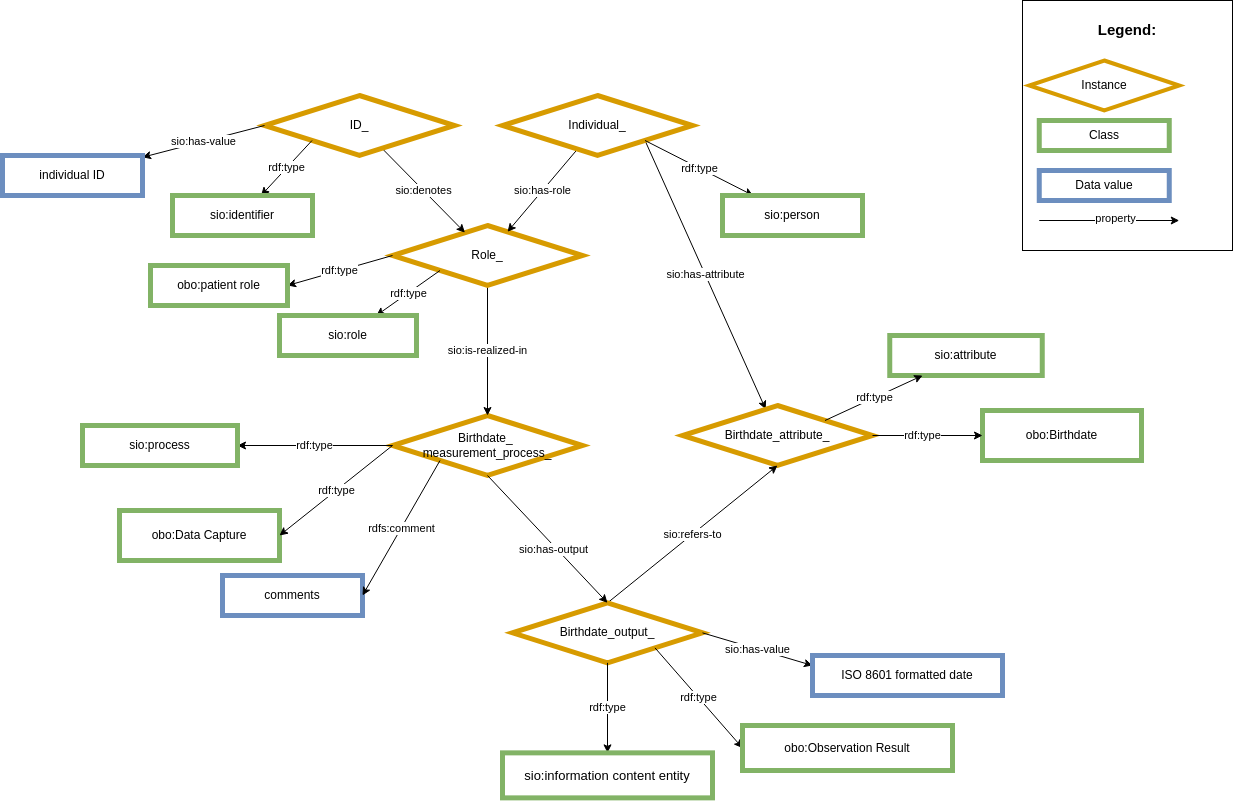
Earlier version of the draw.io export images/CARE-SM-Birthdate.png (CARE-SM/CARE-Semantic-Model). Source tidied: cells renumbered, new cells last; positions are measured from the earlier drawing's top-left corner, leaving out a move shared by most shapes. Source of this version:
```xml
<mxGraphModel>
  <root>
    <mxCell id="0" />
    <mxCell id="1" parent="0" />
    <mxCell id="2" value="Birthdate_&amp;nbsp;&lt;br&gt;measurement_process_" style="rhombus;whiteSpace=wrap;html=1;fillColor=#FFFFFF;strokeColor=#d79b00;strokeWidth=5;" parent="1" vertex="1">
      <mxGeometry x="390" y="415" width="190" height="60" as="geometry" />
    </mxCell>
    <mxCell id="3" value="&lt;span style=&quot;color: rgb(0, 0, 0); font-family: Helvetica; font-size: 11px; font-style: normal; font-variant-ligatures: normal; font-variant-caps: normal; font-weight: 400; letter-spacing: normal; orphans: 2; text-align: center; text-indent: 0px; text-transform: none; widows: 2; word-spacing: 0px; -webkit-text-stroke-width: 0px; background-color: rgb(255, 255, 255); text-decoration-thickness: initial; text-decoration-style: initial; text-decoration-color: initial; float: none; display: inline !important;&quot;&gt;sio:is-realized-in&lt;/span&gt;" style="rounded=0;jettySize=auto;html=1;exitX=0.5;exitY=1;exitDx=0;exitDy=0;entryX=0.5;entryY=0;entryDx=0;entryDy=0;" parent="1" edge="1" source="7" target="2">
      <mxGeometry relative="1" as="geometry" />
    </mxCell>
    <mxCell id="4" value="rdf:type" style="edgeStyle=none;rounded=0;jettySize=auto;html=1;exitX=0;exitY=0.5;exitDx=0;exitDy=0;" parent="1" edge="1" source="2" target="5">
      <mxGeometry relative="1" as="geometry" />
    </mxCell>
    <mxCell id="5" value="sio:process" style="whiteSpace=wrap;html=1;fillColor=#FFFFFF;strokeColor=#82b366;strokeWidth=5;" parent="1" vertex="1">
      <mxGeometry x="80" y="425" width="155" height="40" as="geometry" />
    </mxCell>
    <mxCell id="6" value="sio:has-attribute" style="rounded=0;jettySize=auto;html=1;exitX=1;exitY=1;exitDx=0;exitDy=0;" parent="1" edge="1" source="11" target="12">
      <mxGeometry relative="1" as="geometry" />
    </mxCell>
    <mxCell id="7" value="Role_" style="rhombus;whiteSpace=wrap;html=1;fillColor=#FFFFFF;strokeColor=#d79b00;strokeWidth=5;" parent="1" vertex="1">
      <mxGeometry x="390" y="225" width="190" height="60" as="geometry" />
    </mxCell>
    <mxCell id="8" value="sio:denotes" style="edgeStyle=none;rounded=0;jettySize=auto;html=1;" parent="1" edge="1" source="9" target="7">
      <mxGeometry relative="1" as="geometry" />
    </mxCell>
    <mxCell id="9" value="ID_" style="rhombus;whiteSpace=wrap;html=1;fillColor=#FFFFFF;strokeColor=#d79b00;strokeWidth=5;" parent="1" vertex="1">
      <mxGeometry x="262" y="95" width="190" height="60" as="geometry" />
    </mxCell>
    <mxCell id="10" value="sio:has-role" style="edgeStyle=none;rounded=0;jettySize=auto;html=1;" parent="1" edge="1" source="11" target="7">
      <mxGeometry relative="1" as="geometry" />
    </mxCell>
    <mxCell id="11" value="Individual_" style="rhombus;whiteSpace=wrap;html=1;fillColor=#FFFFFF;strokeColor=#d79b00;strokeWidth=5;" parent="1" vertex="1">
      <mxGeometry x="500" y="95" width="190" height="60" as="geometry" />
    </mxCell>
    <mxCell id="12" value="Birthdate_attribute_" style="rhombus;whiteSpace=wrap;html=1;fillColor=#FFFFFF;strokeColor=#d79b00;strokeWidth=5;" parent="1" vertex="1">
      <mxGeometry x="680" y="405" width="190" height="60" as="geometry" />
    </mxCell>
    <mxCell id="13" value="sio:attribute" style="whiteSpace=wrap;html=1;fillColor=#FFFFFF;strokeColor=#82b366;strokeWidth=5;" parent="1" vertex="1">
      <mxGeometry x="887.2" y="335" width="152.5" height="40" as="geometry" />
    </mxCell>
    <mxCell id="14" value="rdf:type" style="edgeStyle=none;rounded=0;jettySize=auto;html=1;exitX=0;exitY=1;exitDx=0;exitDy=0;" parent="1" edge="1" source="7" target="15">
      <mxGeometry relative="1" as="geometry" />
    </mxCell>
    <mxCell id="15" value="sio:role" style="whiteSpace=wrap;html=1;fillColor=#FFFFFF;strokeColor=#82b366;strokeWidth=5;" parent="1" vertex="1">
      <mxGeometry x="277" y="315" width="137" height="40" as="geometry" />
    </mxCell>
    <mxCell id="16" value="rdf:type" style="edgeStyle=none;rounded=0;jettySize=auto;html=1;exitX=0;exitY=1;exitDx=0;exitDy=0;" parent="1" edge="1" source="9" target="17">
      <mxGeometry relative="1" as="geometry" />
    </mxCell>
    <mxCell id="17" value="sio:identifier" style="whiteSpace=wrap;html=1;fillColor=#FFFFFF;strokeColor=#82b366;strokeWidth=5;" parent="1" vertex="1">
      <mxGeometry x="170" y="195" width="140" height="40" as="geometry" />
    </mxCell>
    <mxCell id="18" value="rdf:type" style="edgeStyle=none;rounded=0;jettySize=auto;html=1;exitX=1;exitY=1;exitDx=0;exitDy=0;" parent="1" edge="1" source="11" target="19">
      <mxGeometry relative="1" as="geometry" />
    </mxCell>
    <mxCell id="19" value="sio:person" style="whiteSpace=wrap;html=1;fillColor=#FFFFFF;strokeColor=#82b366;strokeWidth=5;" parent="1" vertex="1">
      <mxGeometry x="720" y="195" width="140" height="40" as="geometry" />
    </mxCell>
    <mxCell id="20" value="sio:has-value" style="rounded=0;jettySize=auto;html=1;exitX=0;exitY=0.5;exitDx=0;exitDy=0;" parent="1" edge="1" source="9" target="21">
      <mxGeometry relative="1" as="geometry" />
    </mxCell>
    <mxCell id="21" value="individual ID" style="whiteSpace=wrap;html=1;fillColor=#FFFFFF;strokeColor=#6c8ebf;strokeWidth=5;" parent="1" vertex="1">
      <mxGeometry y="155" width="140" height="40" as="geometry" />
    </mxCell>
    <mxCell id="22" value="rdf:type" style="edgeStyle=none;rounded=0;jettySize=auto;html=1;exitX=0;exitY=0.5;exitDx=0;exitDy=0;entryX=1;entryY=0.5;entryDx=0;entryDy=0;" parent="1" edge="1" source="7" target="23">
      <mxGeometry relative="1" as="geometry" />
    </mxCell>
    <mxCell id="23" value="obo:patient role" style="whiteSpace=wrap;html=1;fillColor=#FFFFFF;strokeColor=#82b366;strokeWidth=5;" parent="1" vertex="1">
      <mxGeometry x="148" y="265" width="137" height="40" as="geometry" />
    </mxCell>
    <mxCell id="24" value="obo:Data Capture" style="whiteSpace=wrap;html=1;fillColor=#FFFFFF;strokeColor=#82b366;strokeWidth=5;" parent="1" vertex="1">
      <mxGeometry x="117" y="510" width="160" height="50" as="geometry" />
    </mxCell>
    <mxCell id="25" value="comments" style="whiteSpace=wrap;html=1;fillColor=#FFFFFF;strokeColor=#6c8ebf;strokeWidth=5;" parent="1" vertex="1">
      <mxGeometry x="220" y="575" width="140" height="40" as="geometry" />
    </mxCell>
    <mxCell id="26" value="sio:refers-to" style="edgeStyle=none;rounded=0;jettySize=auto;html=1;entryX=0.5;entryY=1;entryDx=0;entryDy=0;exitX=0.5;exitY=0;exitDx=0;exitDy=0;" parent="1" edge="1" source="27">
      <mxGeometry relative="1" as="geometry">
        <mxPoint x="775" y="465" as="targetPoint" />
      </mxGeometry>
    </mxCell>
    <mxCell id="27" value="Birthdate_output_" style="rhombus;whiteSpace=wrap;html=1;fillColor=#FFFFFF;strokeColor=#d79b00;strokeWidth=5;" parent="1" vertex="1">
      <mxGeometry x="510" y="602.4" width="190" height="60" as="geometry" />
    </mxCell>
    <mxCell id="28" style="edgeStyle=none;rounded=0;jettySize=auto;html=1;exitX=0.5;exitY=1;exitDx=0;exitDy=0;entryX=0.5;entryY=0;entryDx=0;entryDy=0;" parent="1" edge="1" target="27">
      <mxGeometry relative="1" as="geometry">
        <mxPoint x="485" y="475" as="sourcePoint" />
      </mxGeometry>
    </mxCell>
    <mxCell id="29" value="&lt;span style=&quot;color: rgb(0, 0, 0); font-family: Helvetica; font-size: 11px; font-style: normal; font-variant-ligatures: normal; font-variant-caps: normal; font-weight: 400; letter-spacing: normal; orphans: 2; text-align: center; text-indent: 0px; text-transform: none; widows: 2; word-spacing: 0px; -webkit-text-stroke-width: 0px; background-color: rgb(255, 255, 255); text-decoration-thickness: initial; text-decoration-style: initial; text-decoration-color: initial; float: none; display: inline !important;&quot;&gt;sio:has-output&lt;/span&gt;" style="edgeLabel;html=1;align=center;verticalAlign=middle;" parent="28" vertex="1">
      <mxGeometry x="-0.21" y="-1" relative="1" as="geometry">
        <mxPoint x="18" y="22" as="offset" />
      </mxGeometry>
    </mxCell>
    <mxCell id="30" value="rdf:type" style="edgeStyle=none;rounded=0;jettySize=auto;html=1;exitX=0.5;exitY=1;exitDx=0;exitDy=0;" parent="1" edge="1" source="27" target="31">
      <mxGeometry relative="1" as="geometry" />
    </mxCell>
    <mxCell id="31" value="&lt;font size=&quot;2&quot;&gt;sio:information content entity&lt;/font&gt;" style="whiteSpace=wrap;html=1;fillColor=#FFFFFF;strokeColor=#82b366;strokeWidth=5;" parent="1" vertex="1">
      <mxGeometry x="500" y="752.4" width="210" height="45" as="geometry" />
    </mxCell>
    <mxCell id="32" value="sio:has-value" style="rounded=0;jettySize=auto;html=1;exitX=1;exitY=0.5;exitDx=0;exitDy=0;entryX=0;entryY=0.25;entryDx=0;entryDy=0;" parent="1" edge="1" source="27" target="33">
      <mxGeometry relative="1" as="geometry" />
    </mxCell>
    <mxCell id="33" value="ISO 8601 formatted date" style="whiteSpace=wrap;html=1;fillColor=#FFFFFF;strokeColor=#6c8ebf;strokeWidth=5;" parent="1" vertex="1">
      <mxGeometry x="810" y="655" width="190" height="40" as="geometry" />
    </mxCell>
    <mxCell id="34" value="rdf:type" style="edgeStyle=none;rounded=0;jettySize=auto;html=1;exitX=1;exitY=1;exitDx=0;exitDy=0;entryX=0;entryY=0.5;entryDx=0;entryDy=0;" parent="1" edge="1" source="27" target="35">
      <mxGeometry relative="1" as="geometry" />
    </mxCell>
    <mxCell id="35" value="obo:Observation Result" style="whiteSpace=wrap;html=1;fillColor=#FFFFFF;strokeColor=#82b366;strokeWidth=5;" parent="1" vertex="1">
      <mxGeometry x="740" y="725" width="210" height="45" as="geometry" />
    </mxCell>
    <mxCell id="36" value="obo:Birthdate&lt;span style=&quot;background-color: initial;&quot;&gt;&lt;br&gt;&lt;/span&gt;" style="whiteSpace=wrap;html=1;fillColor=#FFFFFF;strokeColor=#82b366;strokeWidth=5;" parent="1" vertex="1">
      <mxGeometry x="980" y="410" width="159" height="50" as="geometry" />
    </mxCell>
    <mxCell id="37" value="rdf:type" style="edgeStyle=none;rounded=0;jettySize=auto;html=1;exitX=1;exitY=0.5;exitDx=0;exitDy=0;entryX=0;entryY=0.5;entryDx=0;entryDy=0;" parent="1" edge="1" target="36">
      <mxGeometry x="-0.09" relative="1" as="geometry">
        <mxPoint x="870" y="435" as="sourcePoint" />
      </mxGeometry>
    </mxCell>
    <mxCell id="38" value="&lt;div style=&quot;text-align: left; font-size: 15px;&quot;&gt;&lt;span style=&quot;background-color: initial;&quot;&gt;&lt;b style=&quot;&quot;&gt;&lt;font style=&quot;font-size: 15px;&quot;&gt;Legend:&lt;/font&gt;&lt;/b&gt;&lt;/span&gt;&lt;/div&gt;&lt;div style=&quot;text-align: left; font-size: 15px;&quot;&gt;&lt;span style=&quot;background-color: initial;&quot;&gt;&lt;br&gt;&lt;/span&gt;&lt;/div&gt;&lt;div style=&quot;text-align: left;&quot;&gt;&lt;span style=&quot;background-color: initial;&quot;&gt;&lt;br&gt;&lt;/span&gt;&lt;/div&gt;&lt;div style=&quot;text-align: left;&quot;&gt;&lt;span style=&quot;background-color: initial;&quot;&gt;&lt;br&gt;&lt;/span&gt;&lt;/div&gt;&lt;div style=&quot;text-align: left;&quot;&gt;&lt;br&gt;&lt;/div&gt;&lt;div style=&quot;text-align: left;&quot;&gt;&lt;br&gt;&lt;/div&gt;&lt;div style=&quot;text-align: left;&quot;&gt;&lt;br&gt;&lt;/div&gt;&lt;div style=&quot;text-align: left;&quot;&gt;&lt;br&gt;&lt;/div&gt;&lt;div style=&quot;text-align: left;&quot;&gt;&lt;br&gt;&lt;/div&gt;&lt;div style=&quot;text-align: left;&quot;&gt;&lt;span style=&quot;background-color: initial;&quot;&gt;&lt;br&gt;&lt;/span&gt;&lt;/div&gt;&lt;div style=&quot;text-align: left;&quot;&gt;&lt;span style=&quot;background-color: initial;&quot;&gt;&lt;br&gt;&lt;/span&gt;&lt;/div&gt;&lt;div style=&quot;text-align: left;&quot;&gt;&lt;span style=&quot;background-color: initial;&quot;&gt;&lt;br&gt;&lt;/span&gt;&lt;/div&gt;&lt;div style=&quot;text-align: left;&quot;&gt;&lt;span style=&quot;background-color: initial;&quot;&gt;&lt;br&gt;&lt;/span&gt;&lt;/div&gt;&lt;div style=&quot;text-align: left;&quot;&gt;&lt;span style=&quot;background-color: initial;&quot;&gt;&lt;br&gt;&lt;/span&gt;&lt;/div&gt;" style="rounded=0;whiteSpace=wrap;html=1;" parent="1" vertex="1">
      <mxGeometry x="1020" width="210" height="250" as="geometry" />
    </mxCell>
    <mxCell id="39" value="Class" style="whiteSpace=wrap;html=1;fillColor=#FFFFFF;strokeColor=#82b366;strokeWidth=5;" parent="1" vertex="1">
      <mxGeometry x="1036.8" y="120" width="130" height="30" as="geometry" />
    </mxCell>
    <mxCell id="40" value="Instance" style="rhombus;whiteSpace=wrap;html=1;fillColor=#FFFFFF;strokeColor=#D79B00;rotation=0;perimeter=rhombusPerimeter;arcSize=20;comic=0;enumerate=0;strokeWidth=4;rounded=0;" parent="1" vertex="1">
      <mxGeometry x="1026.8" y="60" width="150" height="50" as="geometry" />
    </mxCell>
    <mxCell id="41" value="Data value" style="whiteSpace=wrap;html=1;fillColor=#FFFFFF;strokeColor=#6c8ebf;strokeWidth=5;" parent="1" vertex="1">
      <mxGeometry x="1036.8" y="170" width="130" height="30" as="geometry" />
    </mxCell>
    <mxCell id="42" value="property" style="rounded=0;orthogonalLoop=1;jettySize=auto;html=1;exitX=1;exitY=1;exitDx=0;exitDy=0;" parent="1" edge="1">
      <mxGeometry x="0.09" y="2" relative="1" as="geometry">
        <mxPoint x="1036.8" y="220" as="sourcePoint" />
        <mxPoint x="1176.8" y="220" as="targetPoint" />
      </mxGeometry>
    </mxCell>
    <mxCell id="43" value="rdf:type" style="edgeStyle=none;rounded=0;jettySize=auto;html=1;exitX=0;exitY=0.5;exitDx=0;exitDy=0;entryX=1;entryY=0.5;entryDx=0;entryDy=0;" parent="1" edge="1" source="2" target="24">
      <mxGeometry relative="1" as="geometry" />
    </mxCell>
    <mxCell id="44" value="rdfs:comment" style="rounded=0;jettySize=auto;html=1;exitX=0;exitY=1;exitDx=0;exitDy=0;entryX=1;entryY=0.5;entryDx=0;entryDy=0;" parent="1" edge="1" source="2" target="25">
      <mxGeometry relative="1" as="geometry" />
    </mxCell>
    <mxCell id="45" value="rdf:type" style="edgeStyle=none;rounded=0;jettySize=auto;html=1;exitX=1;exitY=0;exitDx=0;exitDy=0;" parent="1" edge="1" source="12" target="13">
      <mxGeometry relative="1" as="geometry" />
    </mxCell>
  </root>
</mxGraphModel>
```
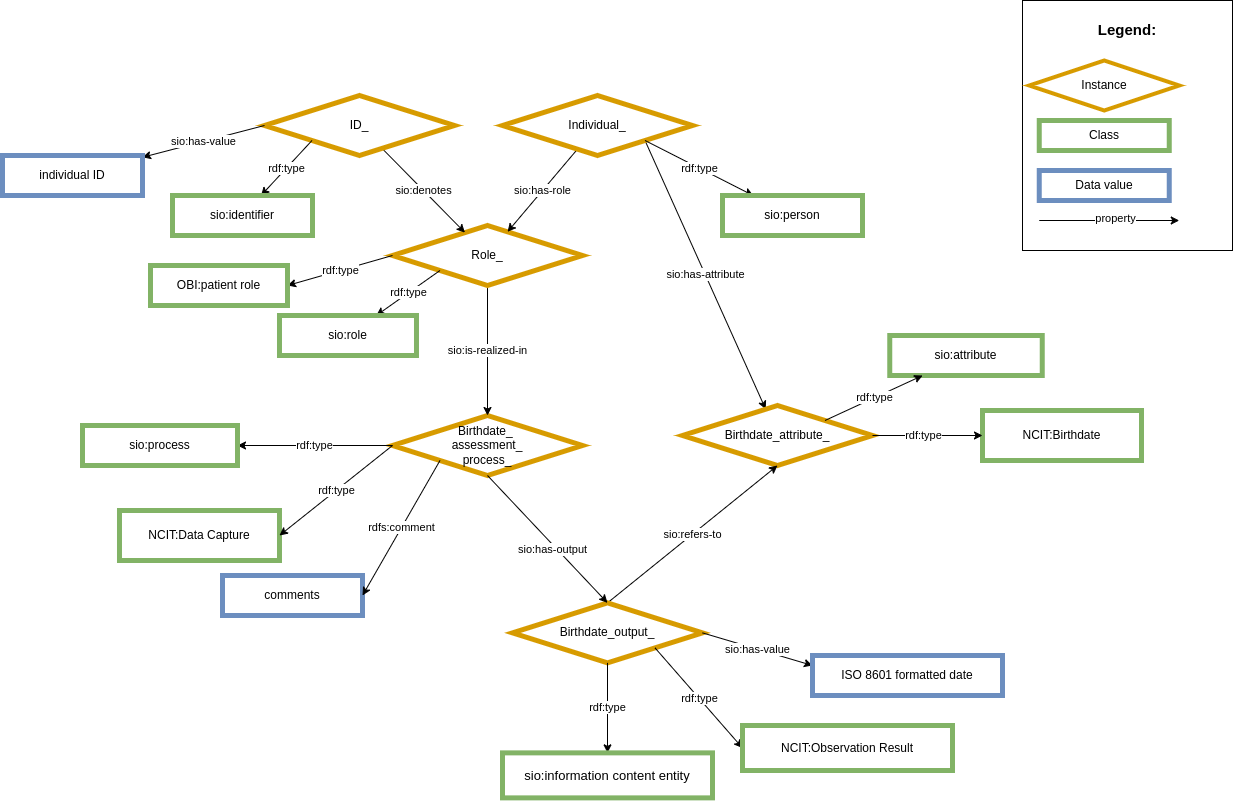
Later version of the same file.

Change to the diagram source:
```diff
@@ -2,7 +2,7 @@
   <root>
     <mxCell id="0" />
     <mxCell id="1" parent="0" />
-    <mxCell id="2" value="Birthdate_&amp;nbsp;&lt;br&gt;measurement_process_" style="rhombus;whiteSpace=wrap;html=1;fillColor=#FFFFFF;strokeColor=#d79b00;strokeWidth=5;" parent="1" vertex="1">
+    <mxCell id="2" value="Birthdate_&amp;nbsp;&lt;br&gt;assessment_&lt;br&gt;process_" style="rhombus;whiteSpace=wrap;html=1;fillColor=#FFFFFF;strokeColor=#d79b00;strokeWidth=5;" parent="1" vertex="1">
       <mxGeometry x="390" y="415" width="190" height="60" as="geometry" />
     </mxCell>
     <mxCell id="3" value="&lt;span style=&quot;color: rgb(0, 0, 0); font-family: Helvetica; font-size: 11px; font-style: normal; font-variant-ligatures: normal; font-variant-caps: normal; font-weight: 400; letter-spacing: normal; orphans: 2; text-align: center; text-indent: 0px; text-transform: none; widows: 2; word-spacing: 0px; -webkit-text-stroke-width: 0px; background-color: rgb(255, 255, 255); text-decoration-thickness: initial; text-decoration-style: initial; text-decoration-color: initial; float: none; display: inline !important;&quot;&gt;sio:is-realized-in&lt;/span&gt;" style="rounded=0;jettySize=auto;html=1;exitX=0.5;exitY=1;exitDx=0;exitDy=0;entryX=0.5;entryY=0;entryDx=0;entryDy=0;" parent="1" edge="1" source="7" target="2">
@@ -65,10 +65,10 @@
     <mxCell id="22" value="rdf:type" style="edgeStyle=none;rounded=0;jettySize=auto;html=1;exitX=0;exitY=0.5;exitDx=0;exitDy=0;entryX=1;entryY=0.5;entryDx=0;entryDy=0;" parent="1" edge="1" source="7" target="23">
       <mxGeometry relative="1" as="geometry" />
     </mxCell>
-    <mxCell id="23" value="obo:patient role" style="whiteSpace=wrap;html=1;fillColor=#FFFFFF;strokeColor=#82b366;strokeWidth=5;" parent="1" vertex="1">
+    <mxCell id="23" value="OBI:patient role" style="whiteSpace=wrap;html=1;fillColor=#FFFFFF;strokeColor=#82b366;strokeWidth=5;" parent="1" vertex="1">
       <mxGeometry x="148" y="265" width="137" height="40" as="geometry" />
     </mxCell>
-    <mxCell id="24" value="obo:Data Capture" style="whiteSpace=wrap;html=1;fillColor=#FFFFFF;strokeColor=#82b366;strokeWidth=5;" parent="1" vertex="1">
+    <mxCell id="24" value="NCIT:Data Capture" style="whiteSpace=wrap;html=1;fillColor=#FFFFFF;strokeColor=#82b366;strokeWidth=5;" parent="1" vertex="1">
       <mxGeometry x="117" y="510" width="160" height="50" as="geometry" />
     </mxCell>
     <mxCell id="25" value="comments" style="whiteSpace=wrap;html=1;fillColor=#FFFFFF;strokeColor=#6c8ebf;strokeWidth=5;" parent="1" vertex="1">
@@ -107,10 +107,10 @@
     <mxCell id="34" value="rdf:type" style="edgeStyle=none;rounded=0;jettySize=auto;html=1;exitX=1;exitY=1;exitDx=0;exitDy=0;entryX=0;entryY=0.5;entryDx=0;entryDy=0;" parent="1" edge="1" source="27" target="35">
       <mxGeometry relative="1" as="geometry" />
     </mxCell>
-    <mxCell id="35" value="obo:Observation Result" style="whiteSpace=wrap;html=1;fillColor=#FFFFFF;strokeColor=#82b366;strokeWidth=5;" parent="1" vertex="1">
+    <mxCell id="35" value="NCIT:Observation Result" style="whiteSpace=wrap;html=1;fillColor=#FFFFFF;strokeColor=#82b366;strokeWidth=5;" parent="1" vertex="1">
       <mxGeometry x="740" y="725" width="210" height="45" as="geometry" />
     </mxCell>
-    <mxCell id="36" value="obo:Birthdate&lt;span style=&quot;background-color: initial;&quot;&gt;&lt;br&gt;&lt;/span&gt;" style="whiteSpace=wrap;html=1;fillColor=#FFFFFF;strokeColor=#82b366;strokeWidth=5;" parent="1" vertex="1">
+    <mxCell id="36" value="NCIT:Birthdate&lt;span style=&quot;background-color: initial;&quot;&gt;&lt;br&gt;&lt;/span&gt;" style="whiteSpace=wrap;html=1;fillColor=#FFFFFF;strokeColor=#82b366;strokeWidth=5;" parent="1" vertex="1">
       <mxGeometry x="980" y="410" width="159" height="50" as="geometry" />
     </mxCell>
     <mxCell id="37" value="rdf:type" style="edgeStyle=none;rounded=0;jettySize=auto;html=1;exitX=1;exitY=0.5;exitDx=0;exitDy=0;entryX=0;entryY=0.5;entryDx=0;entryDy=0;" parent="1" edge="1" target="36">
```
